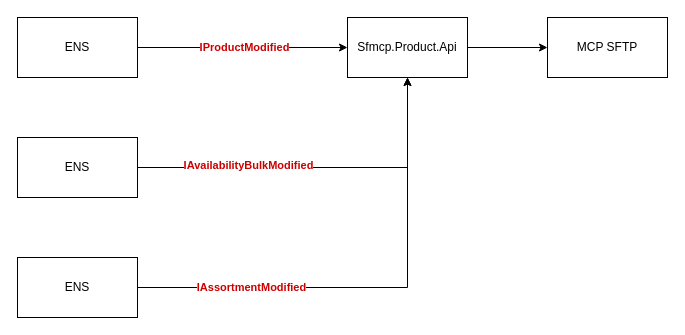
Tony629/flowChart keeps this draw.io diagram as Untitled Diagram.drawio. Above is the earlier version. Source tidied: cells renumbered, new cells numbered last; positions are measured from the earlier drawing's top-left corner, leaving out a move shared by most shapes. Both pictures are drawn from the tidied source at 100%, with x=0, y=0 at pixel (17, 17).
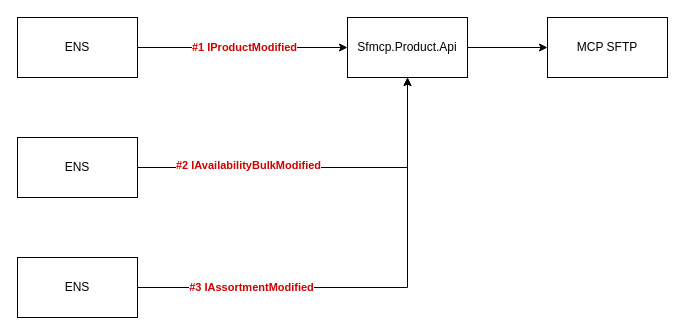
The same diagram, later.

Diff of the diagram source:
```diff
@@
 <mxGraphModel>
   <root>
     <mxCell id="0" />
     <mxCell id="1" parent="0" />
     <mxCell id="2" style="edgeStyle=orthogonalEdgeStyle;rounded=0;jettySize=auto;html=1;" parent="1" edge="1" source="4" target="12">
       <mxGeometry relative="1" as="geometry" />
     </mxCell>
-    <mxCell id="3" value="&lt;font color=&quot;#cc0000&quot;&gt;&lt;b&gt;IProductModified&lt;/b&gt;&lt;/font&gt;" style="edgeLabel;html=1;align=center;verticalAlign=middle;" parent="2" vertex="1">
+    <mxCell id="3" value="&lt;font color=&quot;#cc0000&quot;&gt;&lt;b&gt;#1 IProductModified&lt;/b&gt;&lt;/font&gt;" style="edgeLabel;html=1;align=center;verticalAlign=middle;" parent="2" vertex="1">
       <mxGeometry x="0.01" y="1" relative="1" as="geometry" />
     </mxCell>
     <mxCell id="4" value="ENS" style="rounded=0;whiteSpace=wrap;html=1;" parent="1" vertex="1">
       <mxGeometry width="120" height="60" as="geometry" />
     </mxCell>
     <mxCell id="5" style="edgeStyle=orthogonalEdgeStyle;rounded=0;jettySize=auto;html=1;entryX=0.5;entryY=1;entryDx=0;entryDy=0;" parent="1" edge="1" source="7" target="12">
       <mxGeometry relative="1" as="geometry" />
     </mxCell>
-    <mxCell id="6" value="&lt;font color=&quot;#cc0000&quot;&gt;&lt;b&gt;IAvailabilityBulkModified&lt;/b&gt;&lt;/font&gt;" style="edgeLabel;html=1;align=center;verticalAlign=middle;" parent="5" vertex="1">
+    <mxCell id="6" value="&lt;font color=&quot;#cc0000&quot;&gt;&lt;b&gt;#2 IAvailabilityBulkModified&lt;/b&gt;&lt;/font&gt;" style="edgeLabel;html=1;align=center;verticalAlign=middle;" parent="5" vertex="1">
       <mxGeometry x="-0.39" y="3" relative="1" as="geometry" />
     </mxCell>
     <mxCell id="7" value="ENS" style="rounded=0;whiteSpace=wrap;html=1;" parent="1" vertex="1">
       <mxGeometry y="120" width="120" height="60" as="geometry" />
     </mxCell>
     <mxCell id="8" style="edgeStyle=orthogonalEdgeStyle;rounded=0;jettySize=auto;html=1;entryX=0.5;entryY=1;entryDx=0;entryDy=0;" parent="1" edge="1" source="10" target="12">
       <mxGeometry relative="1" as="geometry" />
     </mxCell>
-    <mxCell id="9" value="&lt;font color=&quot;#cc0000&quot;&gt;&lt;b&gt;IAssortmentModified&lt;/b&gt;&lt;/font&gt;" style="edgeLabel;html=1;align=center;verticalAlign=middle;" parent="8" vertex="1">
+    <mxCell id="9" value="&lt;font color=&quot;#cc0000&quot;&gt;&lt;b&gt;#3 IAssortmentModified&lt;/b&gt;&lt;/font&gt;" style="edgeLabel;html=1;align=center;verticalAlign=middle;" parent="8" vertex="1">
       <mxGeometry x="-0.53" y="1" relative="1" as="geometry" />
     </mxCell>
     <mxCell id="10" value="ENS" style="rounded=0;whiteSpace=wrap;html=1;" parent="1" vertex="1">
       <mxGeometry y="240" width="120" height="60" as="geometry" />
     </mxCell>
     <mxCell id="11" style="edgeStyle=orthogonalEdgeStyle;rounded=0;jettySize=auto;html=1;" parent="1" edge="1" source="12" target="13">
       <mxGeometry relative="1" as="geometry" />
     </mxCell>
     <mxCell id="12" value="Sfmcp.Product.Api" style="rounded=0;whiteSpace=wrap;html=1;" parent="1" vertex="1">
       <mxGeometry x="330" width="120" height="60" as="geometry" />
     </mxCell>
     <mxCell id="13" value="MCP SFTP" style="rounded=0;whiteSpace=wrap;html=1;" parent="1" vertex="1">
       <mxGeometry x="530" width="120" height="60" as="geometry" />
     </mxCell>
   </root>
 </mxGraphModel>
```
